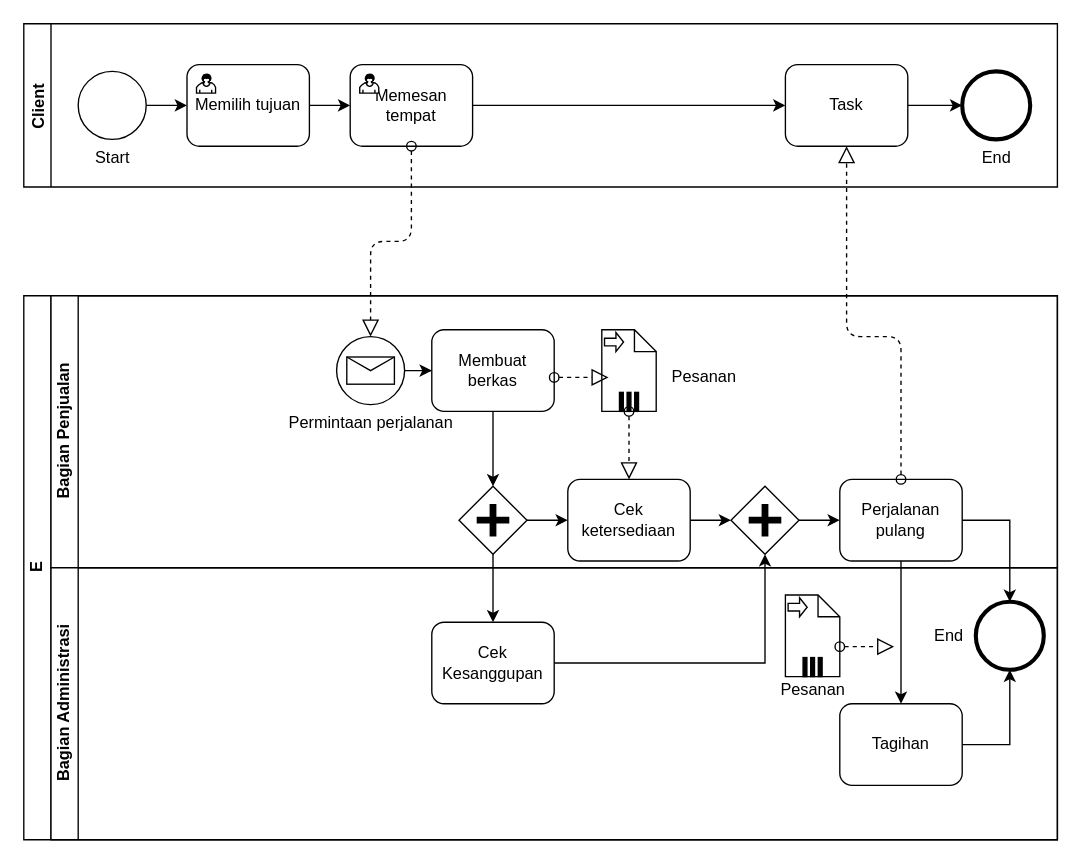
The draw.io diagram Tugas/BPMN.drawio in kucingtakucin/Proses-Bisnis-dan-SIM, before the edit. Source tidied: cells renumbered, new cells numbered last; positions are measured from the earlier drawing's top-left corner, leaving out a move shared by most shapes. Both pictures are drawn from the tidied source at 136%, with x=0, y=0 at pixel (23, 23).
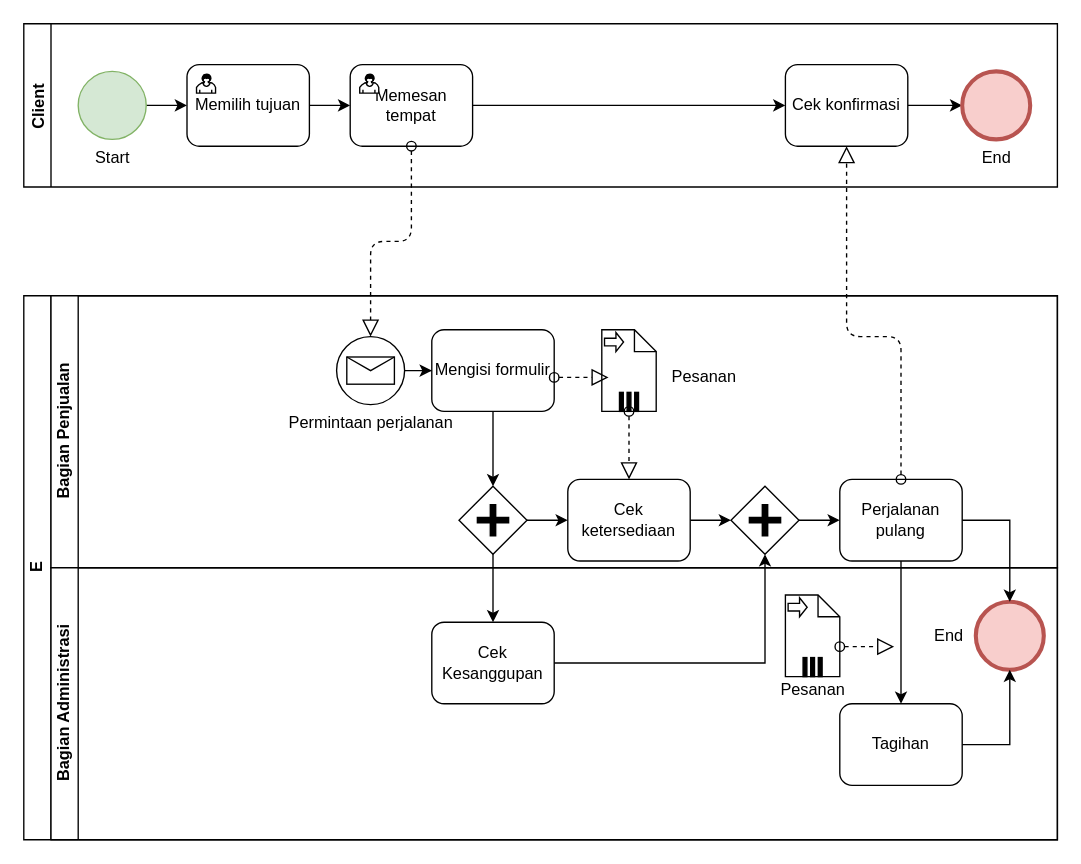
Above is the later version.

The change refers to these unchanged cells:
```xml
<mxCell id="2" value="Client" style="swimlane;startSize=20;horizontal=0;" parent="1" vertex="1">
  <mxGeometry width="760" height="120" as="geometry" />
</mxCell>
<mxCell id="15" value="Bagian Penjualan" style="swimlane;html=1;startSize=20;horizontal=0;" parent="14" vertex="1">
  <mxGeometry x="20" width="740" height="200" as="geometry" />
</mxCell>
<mxCell id="33" value="Bagian Administrasi" style="swimlane;html=1;startSize=20;horizontal=0;" parent="14" vertex="1">
  <mxGeometry x="20" y="200" width="740" height="200" as="geometry" />
</mxCell>
```

What changed in the source:
```diff
@@
-    <mxCell id="4" value="&lt;div&gt;Start&lt;/div&gt;" style="shape=mxgraph.bpmn.shape;html=1;verticalLabelPosition=bottom;labelBackgroundColor=#ffffff;verticalAlign=top;align=center;perimeter=ellipsePerimeter;outlineConnect=0;outline=standard;symbol=general;" parent="2" vertex="1">
+    <mxCell id="4" value="&lt;div&gt;Start&lt;/div&gt;" style="shape=mxgraph.bpmn.shape;html=1;verticalLabelPosition=bottom;labelBackgroundColor=#ffffff;verticalAlign=top;align=center;perimeter=ellipsePerimeter;outlineConnect=0;outline=standard;symbol=general;fillColor=#d5e8d4;strokeColor=#82b366;" parent="2" vertex="1">
       <mxGeometry x="40" y="35" width="50" height="50" as="geometry" />
     </mxCell>
@@
-    <mxCell id="12" value="Task" style="shape=ext;rounded=1;html=1;whiteSpace=wrap;" parent="2" vertex="1">
+    <mxCell id="12" value="Cek konfirmasi" style="shape=ext;rounded=1;html=1;whiteSpace=wrap;" parent="2" vertex="1">
       <mxGeometry x="560" y="30" width="90" height="60" as="geometry" />
     </mxCell>
-    <mxCell id="13" value="End" style="shape=mxgraph.bpmn.shape;html=1;verticalLabelPosition=bottom;labelBackgroundColor=#ffffff;verticalAlign=top;align=center;perimeter=ellipsePerimeter;outlineConnect=0;outline=end;symbol=general;" parent="2" vertex="1">
+    <mxCell id="13" value="End" style="shape=mxgraph.bpmn.shape;html=1;verticalLabelPosition=bottom;labelBackgroundColor=#ffffff;verticalAlign=top;align=center;perimeter=ellipsePerimeter;outlineConnect=0;outline=end;symbol=general;fillColor=#f8cecc;strokeColor=#b85450;" parent="2" vertex="1">
       <mxGeometry x="690" y="35" width="50" height="50" as="geometry" />
     </mxCell>
@@
-    <mxCell id="22" value="Membuat berkas" style="shape=ext;rounded=1;html=1;whiteSpace=wrap;" parent="15" vertex="1">
+    <mxCell id="22" value="Mengisi formulir" style="shape=ext;rounded=1;html=1;whiteSpace=wrap;" parent="15" vertex="1">
       <mxGeometry x="280" y="25" width="90" height="60" as="geometry" />
     </mxCell>
@@
-    <mxCell id="35" style="shape=mxgraph.bpmn.shape;html=1;verticalLabelPosition=bottom;labelBackgroundColor=#ffffff;verticalAlign=top;align=center;perimeter=ellipsePerimeter;outlineConnect=0;outline=end;symbol=general;" parent="33" vertex="1">
+    <mxCell id="35" style="shape=mxgraph.bpmn.shape;html=1;verticalLabelPosition=bottom;labelBackgroundColor=#ffffff;verticalAlign=top;align=center;perimeter=ellipsePerimeter;outlineConnect=0;outline=end;symbol=general;fillColor=#f8cecc;strokeColor=#b85450;" parent="33" vertex="1">
       <mxGeometry x="680" y="25" width="50" height="50" as="geometry" />
     </mxCell>
```
